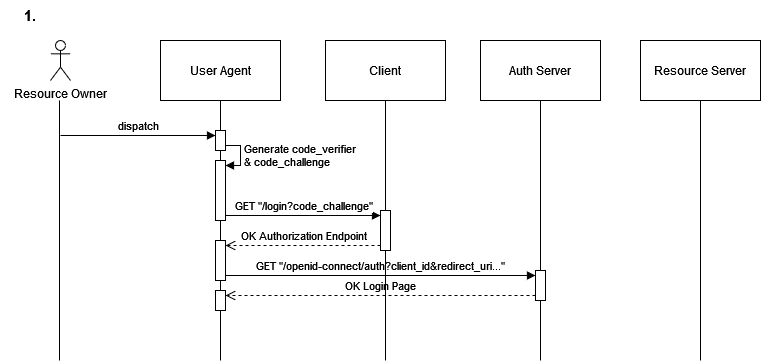
Earlier version of the draw.io export examples/AuthFlow_step1.drawio.png (dirkzon/oauth2.1-oidc-pkce-demo). Source tidied: cells renumbered, new cells last; positions are measured from the earlier drawing's top-left corner, leaving out a move shared by most shapes. The source it was exported from:
```xml
<mxGraphModel>
  <root>
    <mxCell id="0" />
    <mxCell id="1" parent="0" />
    <mxCell id="2" value="User Agent" style="rounded=0;whiteSpace=wrap;html=1;" parent="1" vertex="1">
      <mxGeometry x="160" y="40" width="120" height="60" as="geometry" />
    </mxCell>
    <mxCell id="3" value="Client" style="rounded=0;whiteSpace=wrap;html=1;" parent="1" vertex="1">
      <mxGeometry x="325" y="40" width="120" height="60" as="geometry" />
    </mxCell>
    <mxCell id="4" value="Auth Server" style="rounded=0;whiteSpace=wrap;html=1;" parent="1" vertex="1">
      <mxGeometry x="480" y="40" width="120" height="60" as="geometry" />
    </mxCell>
    <mxCell id="5" value="Resource Server" style="rounded=0;whiteSpace=wrap;html=1;" parent="1" vertex="1">
      <mxGeometry x="640" y="40" width="120" height="60" as="geometry" />
    </mxCell>
    <mxCell id="6" value="Resource Owner" style="shape=umlActor;verticalLabelPosition=bottom;verticalAlign=top;html=1;" parent="1" vertex="1">
      <mxGeometry x="50" y="40" width="20" height="40" as="geometry" />
    </mxCell>
    <mxCell id="7" style="rounded=0;orthogonalLoop=1;jettySize=auto;html=1;endArrow=none;endFill=0;" parent="1" edge="1">
      <mxGeometry relative="1" as="geometry">
        <mxPoint x="59" y="100" as="sourcePoint" />
        <mxPoint x="59" y="360" as="targetPoint" />
      </mxGeometry>
    </mxCell>
    <mxCell id="8" style="rounded=0;jettySize=auto;html=1;endArrow=none;endFill=0;" parent="1" edge="1" source="27">
      <mxGeometry relative="1" as="geometry">
        <mxPoint x="220" y="360" as="targetPoint" />
      </mxGeometry>
    </mxCell>
    <mxCell id="9" style="rounded=0;jettySize=auto;html=1;endArrow=none;endFill=0;exitX=0.5;exitY=1;exitDx=0;exitDy=0;" parent="1" edge="1" source="5">
      <mxGeometry relative="1" as="geometry">
        <mxPoint x="700" y="360" as="targetPoint" />
      </mxGeometry>
    </mxCell>
    <mxCell id="10" value="dispatch" style="html=1;verticalAlign=bottom;endArrow=block;curved=0;rounded=0;entryX=0;entryY=0;entryDx=0;entryDy=5;" parent="1" edge="1" target="12">
      <mxGeometry relative="1" as="geometry">
        <mxPoint x="60" y="135" as="sourcePoint" />
      </mxGeometry>
    </mxCell>
    <mxCell id="11" style="rounded=0;jettySize=auto;html=1;endArrow=none;endFill=0;exitX=0.5;exitY=1;exitDx=0;exitDy=0;" parent="1" edge="1" source="2" target="12">
      <mxGeometry relative="1" as="geometry" />
    </mxCell>
    <mxCell id="12" style="html=1;points=[[0,0,0,0,5],[0,1,0,0,-5],[1,0,0,0,5],[1,1,0,0,-5]];perimeter=orthogonalPerimeter;outlineConnect=0;targetShapes=umlLifeline;portConstraint=eastwest;newEdgeStyle={&quot;curved&quot;:0,&quot;rounded&quot;:0};" parent="1" vertex="1">
      <mxGeometry x="215" y="130" width="10" height="20" as="geometry" />
    </mxCell>
    <mxCell id="13" value="&lt;div&gt;Generate code_verifier&amp;nbsp;&lt;/div&gt;&lt;div&gt;&amp;amp; code_challenge&lt;br&gt;&lt;/div&gt;" style="html=1;align=left;spacingLeft=2;endArrow=block;rounded=0;edgeStyle=orthogonalEdgeStyle;curved=0;rounded=0;exitX=1;exitY=1;exitDx=0;exitDy=-5;exitPerimeter=0;entryX=1;entryY=0;entryDx=0;entryDy=5;entryPerimeter=0;" parent="1" edge="1" source="12" target="15">
      <mxGeometry relative="1" as="geometry">
        <Array as="points">
          <mxPoint x="240" y="145" />
          <mxPoint x="240" y="165" />
        </Array>
      </mxGeometry>
    </mxCell>
    <mxCell id="14" style="rounded=0;jettySize=auto;html=1;endArrow=none;endFill=0;exitX=0.5;exitY=1;exitDx=0;exitDy=0;" parent="1" edge="1" source="12" target="15">
      <mxGeometry relative="1" as="geometry" />
    </mxCell>
    <mxCell id="15" style="html=1;points=[[0,0,0,0,5],[0,1,0,0,-5],[1,0,0,0,5],[1,1,0,0,-5]];perimeter=orthogonalPerimeter;outlineConnect=0;targetShapes=umlLifeline;portConstraint=eastwest;newEdgeStyle={&quot;curved&quot;:0,&quot;rounded&quot;:0};" parent="1" vertex="1">
      <mxGeometry x="215" y="160" width="10" height="60" as="geometry" />
    </mxCell>
    <mxCell id="16" value="GET &quot;/login?code_challenge&quot;" style="html=1;verticalAlign=bottom;endArrow=block;curved=0;rounded=0;entryX=0;entryY=0;entryDx=0;entryDy=5;" parent="1" edge="1" source="15" target="19">
      <mxGeometry relative="1" as="geometry" />
    </mxCell>
    <mxCell id="17" value="OK Authorization Endpoint" style="html=1;verticalAlign=bottom;endArrow=open;dashed=1;endSize=8;curved=0;rounded=0;exitX=0;exitY=1;exitDx=0;exitDy=-5;entryX=1;entryY=0;entryDx=0;entryDy=5;entryPerimeter=0;exitPerimeter=0;" parent="1" edge="1" source="19" target="21">
      <mxGeometry relative="1" as="geometry" />
    </mxCell>
    <mxCell id="18" style="rounded=0;jettySize=auto;html=1;endArrow=none;endFill=0;exitX=0.5;exitY=1;exitDx=0;exitDy=0;" parent="1" edge="1" source="3" target="19">
      <mxGeometry relative="1" as="geometry" />
    </mxCell>
    <mxCell id="19" style="html=1;points=[[0,0,0,0,5],[0,1,0,0,-5],[1,0,0,0,5],[1,1,0,0,-5]];perimeter=orthogonalPerimeter;outlineConnect=0;targetShapes=umlLifeline;portConstraint=eastwest;newEdgeStyle={&quot;curved&quot;:0,&quot;rounded&quot;:0};" parent="1" vertex="1">
      <mxGeometry x="380" y="210" width="10" height="40" as="geometry" />
    </mxCell>
    <mxCell id="20" style="rounded=0;jettySize=auto;html=1;endArrow=none;endFill=0;exitX=0.5;exitY=1;exitDx=0;exitDy=0;" parent="1" edge="1" source="15" target="21">
      <mxGeometry relative="1" as="geometry" />
    </mxCell>
    <mxCell id="21" style="html=1;points=[[0,0,0,0,5],[0,1,0,0,-5],[1,0,0,0,5],[1,1,0,0,-5]];perimeter=orthogonalPerimeter;outlineConnect=0;targetShapes=umlLifeline;portConstraint=eastwest;newEdgeStyle={&quot;curved&quot;:0,&quot;rounded&quot;:0};" parent="1" vertex="1">
      <mxGeometry x="215" y="240" width="10" height="40" as="geometry" />
    </mxCell>
    <mxCell id="22" value="GET &quot;/openid-connect/auth?client_id&amp;amp;redirect_uri...&quot;" style="html=1;verticalAlign=bottom;endArrow=block;curved=0;rounded=0;entryX=0;entryY=0;entryDx=0;entryDy=5;exitX=1;exitY=1;exitDx=0;exitDy=-5;exitPerimeter=0;" parent="1" edge="1" source="21" target="25">
      <mxGeometry relative="1" as="geometry" />
    </mxCell>
    <mxCell id="23" value="OK Login Page" style="html=1;verticalAlign=bottom;endArrow=open;dashed=1;endSize=8;curved=0;rounded=0;exitX=0;exitY=1;exitDx=0;exitDy=-5;entryX=1;entryY=0;entryDx=0;entryDy=5;entryPerimeter=0;labelBorderColor=none;labelBackgroundColor=#FFFFFF;" parent="1" edge="1" source="25" target="27">
      <mxGeometry relative="1" as="geometry" />
    </mxCell>
    <mxCell id="24" style="rounded=0;jettySize=auto;html=1;endArrow=none;endFill=0;exitX=0.5;exitY=1;exitDx=0;exitDy=0;" parent="1" edge="1" source="4" target="25">
      <mxGeometry relative="1" as="geometry" />
    </mxCell>
    <mxCell id="25" style="html=1;points=[[0,0,0,0,5],[0,1,0,0,-5],[1,0,0,0,5],[1,1,0,0,-5]];perimeter=orthogonalPerimeter;outlineConnect=0;targetShapes=umlLifeline;portConstraint=eastwest;newEdgeStyle={&quot;curved&quot;:0,&quot;rounded&quot;:0};" parent="1" vertex="1">
      <mxGeometry x="535" y="270" width="10" height="30" as="geometry" />
    </mxCell>
    <mxCell id="26" style="rounded=0;jettySize=auto;html=1;endArrow=none;endFill=0;exitX=0.5;exitY=1;exitDx=0;exitDy=0;" parent="1" edge="1" source="21" target="27">
      <mxGeometry relative="1" as="geometry" />
    </mxCell>
    <mxCell id="27" style="html=1;points=[[0,0,0,0,5],[0,1,0,0,-5],[1,0,0,0,5],[1,1,0,0,-5]];perimeter=orthogonalPerimeter;outlineConnect=0;targetShapes=umlLifeline;portConstraint=eastwest;newEdgeStyle={&quot;curved&quot;:0,&quot;rounded&quot;:0};" parent="1" vertex="1">
      <mxGeometry x="215" y="290" width="10" height="20" as="geometry" />
    </mxCell>
    <mxCell id="28" style="rounded=0;jettySize=auto;html=1;endArrow=none;endFill=0;exitX=0.5;exitY=1;exitDx=0;exitDy=0;" parent="1" edge="1" source="19">
      <mxGeometry relative="1" as="geometry">
        <mxPoint x="385" y="360" as="targetPoint" />
      </mxGeometry>
    </mxCell>
    <mxCell id="29" style="rounded=0;jettySize=auto;html=1;endArrow=none;endFill=0;exitX=0.5;exitY=1;exitDx=0;exitDy=0;" parent="1" edge="1" source="25">
      <mxGeometry relative="1" as="geometry">
        <mxPoint x="540" y="360" as="targetPoint" />
      </mxGeometry>
    </mxCell>
    <mxCell id="30" value="&lt;b style=&quot;font-size: 15px;&quot;&gt;1.&lt;br&gt;&lt;/b&gt;" style="text;html=1;align=center;verticalAlign=middle;whiteSpace=wrap;rounded=0;" parent="1" vertex="1">
      <mxGeometry width="60" height="30" as="geometry" />
    </mxCell>
  </root>
</mxGraphModel>
```
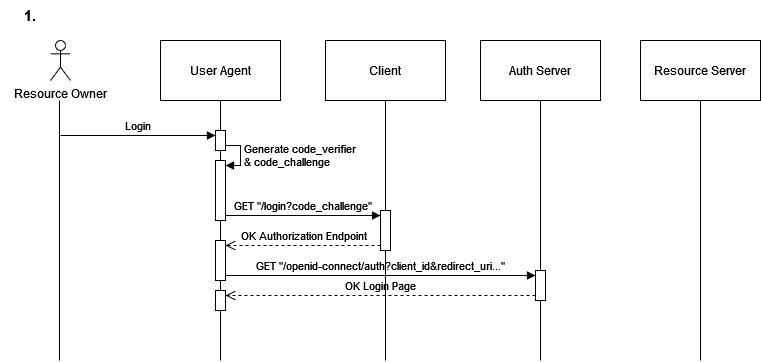
Later version of the same file.

What changed in the source:
```diff
@@ -33,7 +33,7 @@
         <mxPoint x="700" y="360" as="targetPoint" />
       </mxGeometry>
     </mxCell>
-    <mxCell id="10" value="dispatch" style="html=1;verticalAlign=bottom;endArrow=block;curved=0;rounded=0;entryX=0;entryY=0;entryDx=0;entryDy=5;" parent="1" edge="1" target="12">
+    <mxCell id="10" value="Login" style="html=1;verticalAlign=bottom;endArrow=block;curved=0;rounded=0;entryX=0;entryY=0;entryDx=0;entryDy=5;" parent="1" edge="1" target="12">
       <mxGeometry relative="1" as="geometry">
         <mxPoint x="60" y="135" as="sourcePoint" />
       </mxGeometry>
```
